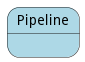
This is docs/edgemere/aml/ds/pm/models/pipeline/statenet.png from madajaju/edgemere, a PlantUML export, as it was before one commit. Source of this version:
```plantuml
@startuml



state Pipeline #lightblue {




}


@enduml
```
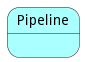
The same file after the commit.

Change to the diagram source:
```diff
@@ -2,7 +2,7 @@
 
 
 
-state Pipeline #lightblue {
+state Pipeline #aaffff {
 
 
 
```
